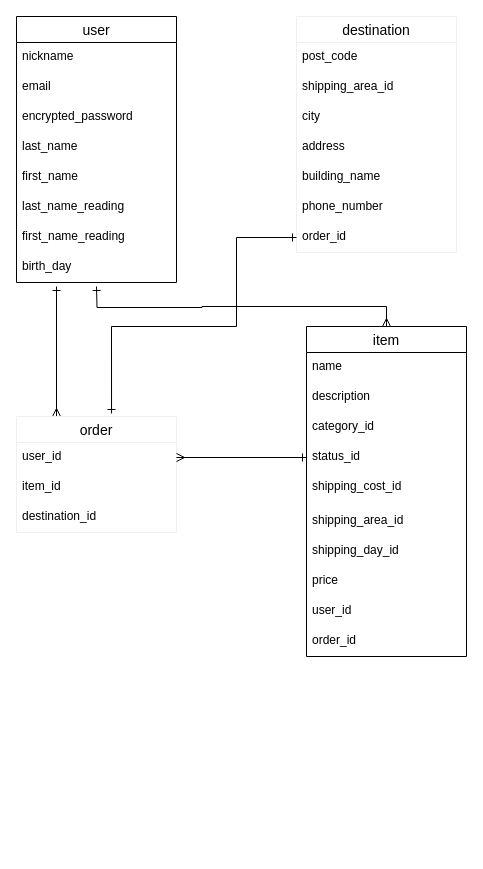
The draw.io diagram furima.dio in mitsurusekiguchi/furima-34455, before the edit. Source tidied: cells renumbered, new cells numbered last; positions are measured from the earlier drawing's top-left corner, leaving out a move shared by most shapes. Both pictures are drawn from the tidied source at 100%, with x=0, y=0 at pixel (16, 16).
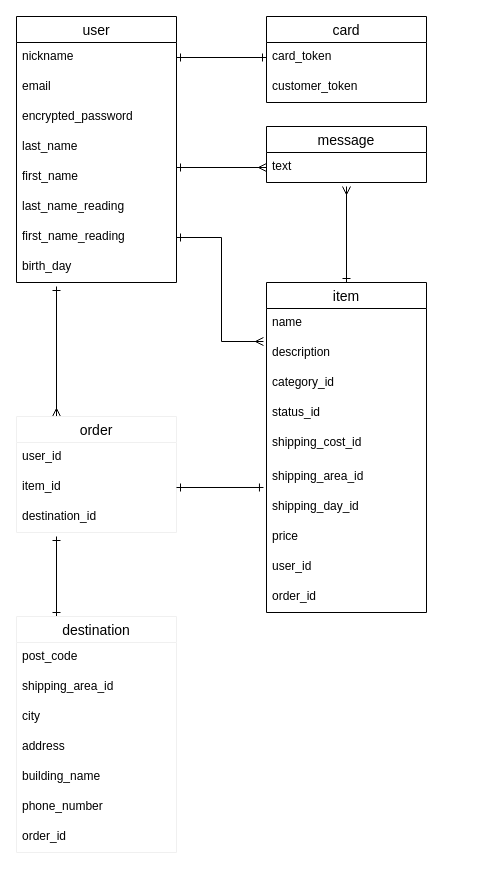
Above is the later version.

Commit message (it also covers changes not shown here):
READEME、ER図の修正

The change refers to these unchanged cells:
```xml
<mxCell id="3" value="nickname" style="text;strokeColor=none;fillColor=none;spacingLeft=4;spacingRight=4;overflow=hidden;points=[[0,0.5],[1,0.5]];portConstraint=eastwest;fontSize=12;" parent="2" vertex="1">
  <mxGeometry y="26" width="160" height="30" as="geometry" />
</mxCell>
<mxCell id="7" value="first_name" style="text;strokeColor=none;fillColor=none;spacingLeft=4;spacingRight=4;overflow=hidden;points=[[0,0.5],[1,0.5]];portConstraint=eastwest;fontSize=12;" parent="2" vertex="1">
  <mxGeometry y="146" width="160" height="30" as="geometry" />
</mxCell>
<mxCell id="9" value="first_name_reading" style="text;strokeColor=none;fillColor=none;spacingLeft=4;spacingRight=4;overflow=hidden;points=[[0,0.5],[1,0.5]];portConstraint=eastwest;fontSize=12;" parent="2" vertex="1">
  <mxGeometry y="206" width="160" height="30" as="geometry" />
</mxCell>
<mxCell id="14" value="description" style="text;strokeColor=none;fillColor=none;spacingLeft=4;spacingRight=4;overflow=hidden;points=[[0,0.5],[1,0.5]];portConstraint=eastwest;fontSize=12;" parent="12" vertex="1">
  <mxGeometry y="56" width="160" height="30" as="geometry" />
</mxCell>
<mxCell id="16" value="status_id" style="text;strokeColor=none;fillColor=none;spacingLeft=4;spacingRight=4;overflow=hidden;points=[[0,0.5],[1,0.5]];portConstraint=eastwest;fontSize=12;" parent="12" vertex="1">
  <mxGeometry y="116" width="160" height="30" as="geometry" />
</mxCell>
<mxCell id="18" value="shipping_area_id" style="text;strokeColor=none;fillColor=none;spacingLeft=4;spacingRight=4;overflow=hidden;points=[[0,0.5],[1,0.5]];portConstraint=eastwest;fontSize=12;" parent="12" vertex="1">
  <mxGeometry y="180" width="160" height="30" as="geometry" />
</mxCell>
<mxCell id="24" value="order" style="swimlane;fontStyle=0;horizontal=1;startSize=26;align=center;fontSize=14;strokeColor=#f0f0f0;" parent="1" vertex="1">
  <mxGeometry y="400" width="160" height="116" as="geometry" />
</mxCell>
<mxCell id="25" value="user_id" style="text;strokeColor=none;fillColor=none;spacingLeft=4;spacingRight=4;overflow=hidden;points=[[0,0.5],[1,0.5]];portConstraint=eastwest;fontSize=12;" parent="24" vertex="1">
  <mxGeometry y="26" width="160" height="30" as="geometry" />
</mxCell>
<mxCell id="26" value="item_id" style="text;strokeColor=none;fillColor=none;spacingLeft=4;spacingRight=4;overflow=hidden;points=[[0,0.5],[1,0.5]];portConstraint=eastwest;fontSize=12;" parent="24" vertex="1">
  <mxGeometry y="56" width="160" height="30" as="geometry" />
</mxCell>
<mxCell id="35" value="order_id" style="text;strokeColor=none;fillColor=none;spacingLeft=4;spacingRight=4;overflow=hidden;points=[[0,0.5],[1,0.5]];portConstraint=eastwest;fontSize=12;" parent="28" vertex="1">
  <mxGeometry y="206" width="160" height="30" as="geometry" />
</mxCell>
```

The edit, as a diff of the source:
```diff
@@
-    <mxCell id="11" style="edgeStyle=orthogonalEdgeStyle;rounded=0;jettySize=auto;html=1;exitX=0.5;exitY=0;exitDx=0;exitDy=0;startArrow=ERmany;startFill=0;endArrow=ERone;endFill=0;" parent="1" edge="1" source="12">
-      <mxGeometry relative="1" as="geometry">
-        <mxPoint x="80" y="270" as="targetPoint" />
-      </mxGeometry>
-    </mxCell>
+    <mxCell id="38" style="edgeStyle=orthogonalEdgeStyle;rounded=0;jettySize=auto;html=1;exitX=0.5;exitY=0;exitDx=0;exitDy=0;startArrow=ERone;startFill=0;endArrow=ERmany;endFill=0;" parent="1" edge="1" source="12">
+      <mxGeometry relative="1" as="geometry">
+        <mxPoint x="330" y="170" as="targetPoint" />
+      </mxGeometry>
+    </mxCell>
     <mxCell id="12" value="item" style="swimlane;fontStyle=0;horizontal=1;startSize=26;align=center;fontSize=14;" parent="1" vertex="1">
-      <mxGeometry x="290" y="310" width="160" height="330" as="geometry" />
+      <mxGeometry x="250" y="266" width="160" height="330" as="geometry" />
     </mxCell>
@@
+    <mxCell id="39" style="edgeStyle=orthogonalEdgeStyle;rounded=0;jettySize=auto;html=1;exitX=0.25;exitY=0;exitDx=0;exitDy=0;startArrow=ERone;startFill=0;endArrow=ERone;endFill=0;" parent="1" edge="1" source="28">
+      <mxGeometry relative="1" as="geometry">
+        <mxPoint x="40" y="520" as="targetPoint" />
+      </mxGeometry>
+    </mxCell>
     <mxCell id="28" value="destination" style="swimlane;fontStyle=0;horizontal=1;startSize=26;align=center;fontSize=14;strokeColor=#f0f0f0;" parent="1" vertex="1">
-      <mxGeometry x="280" width="160" height="236" as="geometry" />
+      <mxGeometry y="600" width="160" height="236" as="geometry" />
     </mxCell>
@@
-    <mxCell id="36" style="edgeStyle=orthogonalEdgeStyle;rounded=0;jettySize=auto;html=1;exitX=0;exitY=0.5;exitDx=0;exitDy=0;entryX=1;entryY=0.5;entryDx=0;entryDy=0;startArrow=ERone;startFill=0;endArrow=ERmany;endFill=0;" parent="1" edge="1" source="16" target="25">
-      <mxGeometry relative="1" as="geometry" />
-    </mxCell>
-    <mxCell id="37" style="edgeStyle=orthogonalEdgeStyle;rounded=0;jettySize=auto;html=1;exitX=0;exitY=0.5;exitDx=0;exitDy=0;entryX=0.594;entryY=-0.026;entryDx=0;entryDy=0;entryPerimeter=0;startArrow=ERone;startFill=0;endArrow=ERone;endFill=0;" parent="1" edge="1" source="35" target="24">
-      <mxGeometry relative="1" as="geometry">
-        <Array as="points">
-          <mxPoint x="220" y="221" />
-          <mxPoint x="220" y="310" />
-          <mxPoint x="95" y="310" />
-        </Array>
-      </mxGeometry>
-    </mxCell>
+    <mxCell id="40" value="card" style="swimlane;fontStyle=0;horizontal=1;startSize=26;align=center;fontSize=14;" parent="1" vertex="1">
+      <mxGeometry x="250" width="160" height="86" as="geometry" />
+    </mxCell>
+    <mxCell id="41" value="card_token" style="text;strokeColor=none;fillColor=none;spacingLeft=4;spacingRight=4;overflow=hidden;points=[[0,0.5],[1,0.5]];portConstraint=eastwest;fontSize=12;" parent="40" vertex="1">
+      <mxGeometry y="26" width="160" height="30" as="geometry" />
+    </mxCell>
+    <mxCell id="42" value="customer_token" style="text;strokeColor=none;fillColor=none;spacingLeft=4;spacingRight=4;overflow=hidden;fontSize=12;" parent="40" vertex="1">
+      <mxGeometry y="56" width="160" height="30" as="geometry" />
+    </mxCell>
+    <mxCell id="43" style="edgeStyle=orthogonalEdgeStyle;rounded=0;jettySize=auto;html=1;exitX=1;exitY=0.5;exitDx=0;exitDy=0;entryX=0;entryY=0.5;entryDx=0;entryDy=0;endArrow=ERone;endFill=0;startArrow=ERone;startFill=0;" parent="1" edge="1" source="3" target="41">
+      <mxGeometry relative="1" as="geometry" />
+    </mxCell>
+    <mxCell id="44" value="message" style="swimlane;fontStyle=0;horizontal=1;startSize=26;align=center;fontSize=14;" parent="1" vertex="1">
+      <mxGeometry x="250" y="110" width="160" height="56" as="geometry" />
+    </mxCell>
+    <mxCell id="45" style="edgeStyle=orthogonalEdgeStyle;rounded=0;jettySize=auto;html=1;exitX=0;exitY=0.5;exitDx=0;exitDy=0;startArrow=ERmany;startFill=0;endArrow=ERone;endFill=0;entryX=1;entryY=0.167;entryDx=0;entryDy=0;entryPerimeter=0;" parent="1" edge="1" source="46" target="7">
+      <mxGeometry relative="1" as="geometry" />
+    </mxCell>
+    <mxCell id="46" value="text" style="text;strokeColor=none;fillColor=none;spacingLeft=4;spacingRight=4;overflow=hidden;points=[[0,0.5],[1,0.5]];portConstraint=eastwest;fontSize=12;" parent="1" vertex="1">
+      <mxGeometry x="250" y="136" width="160" height="30" as="geometry" />
+    </mxCell>
+    <mxCell id="47" style="edgeStyle=orthogonalEdgeStyle;rounded=0;jettySize=auto;html=1;exitX=1;exitY=0.5;exitDx=0;exitDy=0;entryX=-0.019;entryY=0.833;entryDx=0;entryDy=0;entryPerimeter=0;startArrow=ERone;startFill=0;endArrow=ERone;endFill=0;" parent="1" edge="1" source="26" target="18">
+      <mxGeometry relative="1" as="geometry" />
+    </mxCell>
+    <mxCell id="48" style="edgeStyle=orthogonalEdgeStyle;rounded=0;jettySize=auto;html=1;exitX=1;exitY=0.5;exitDx=0;exitDy=0;startArrow=ERone;startFill=0;endArrow=ERmany;endFill=0;entryX=-0.019;entryY=0.1;entryDx=0;entryDy=0;entryPerimeter=0;" parent="1" edge="1" source="9" target="14">
+      <mxGeometry relative="1" as="geometry" />
+    </mxCell>
```
